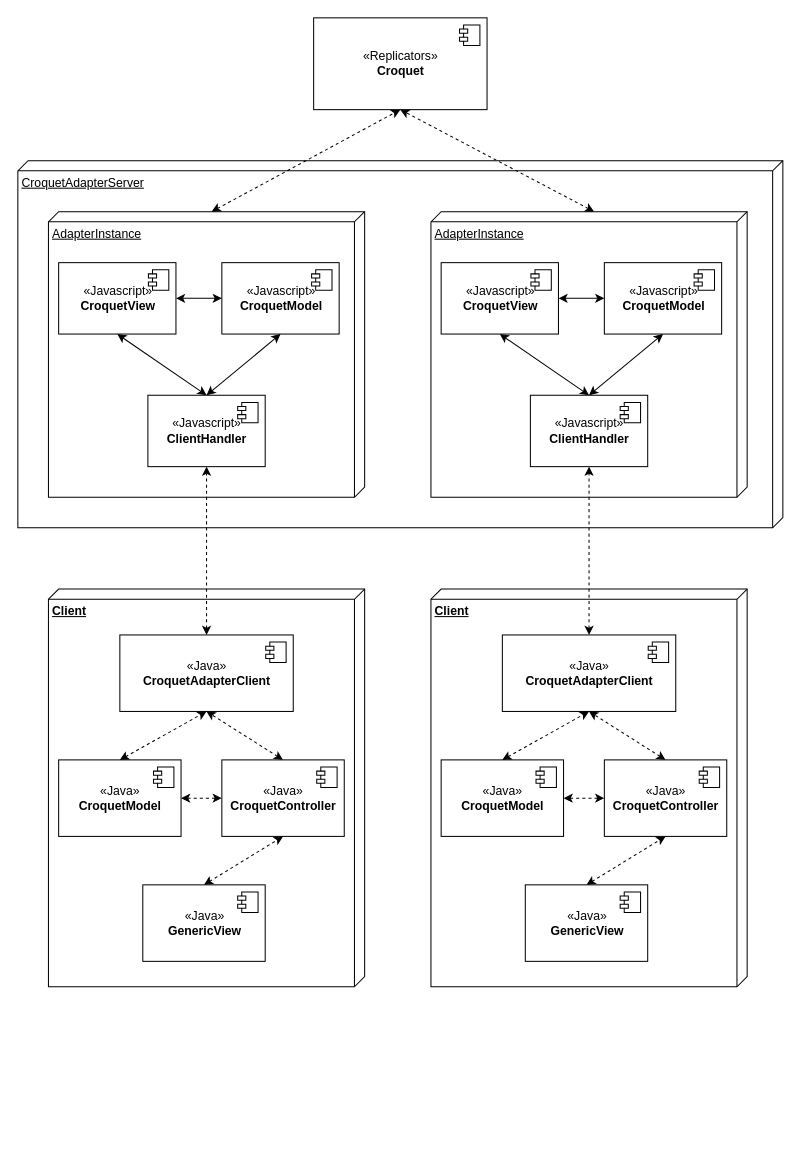
Before: croquet.drawio in alemazzo/croquet-adapter, a draw.io diagram. Source tidied: cells renumbered, new cells numbered last; positions are measured from the earlier drawing's top-left corner, leaving out a move shared by most shapes. Both pictures are drawn from the tidied source at 102%, with x=0, y=0 at pixel (17, 17).
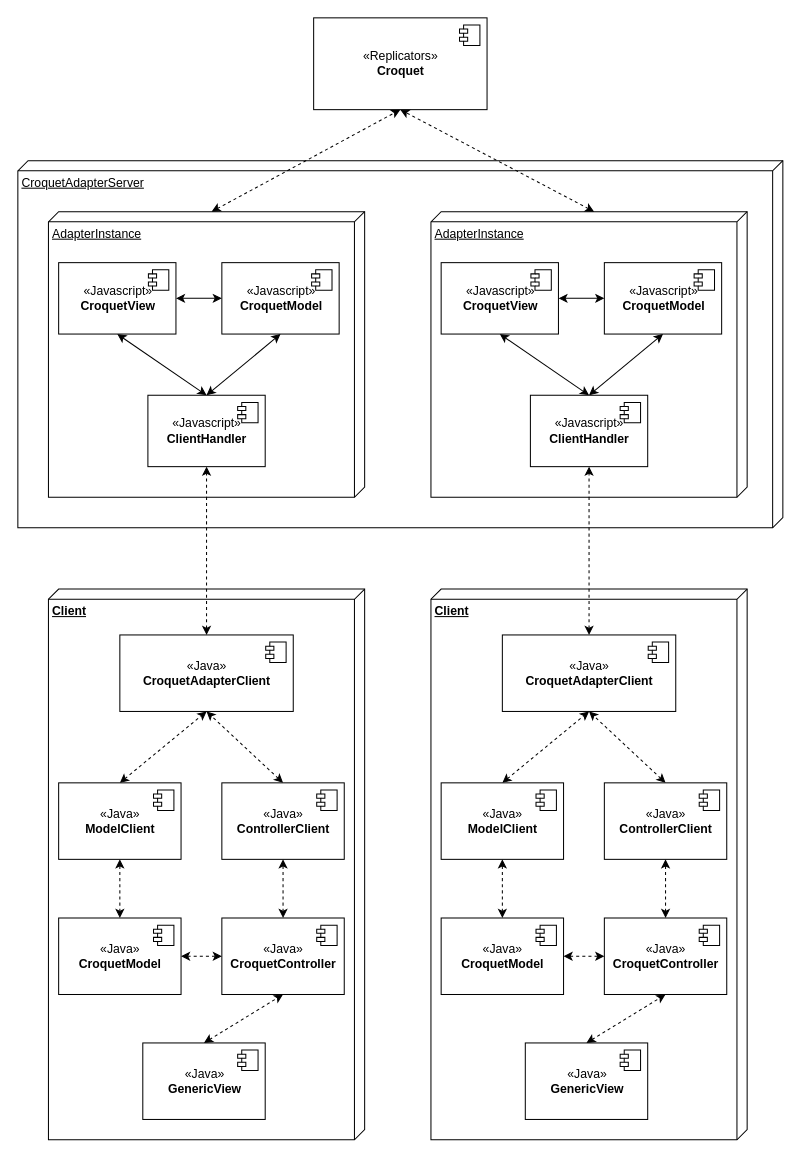
The same page after the edit.

Unchanged cells that the change refers to:
```xml
<mxCell id="4" value="«Java»&lt;br&gt;&lt;b&gt;CroquetAdapterClient&lt;/b&gt;" style="html=1;" parent="1" vertex="1">
  <mxGeometry x="100" y="605" width="170" height="75" as="geometry" />
</mxCell>
<mxCell id="32" value="«Javascript»&lt;br&gt;&lt;b&gt;ClientHandler&lt;/b&gt;" style="html=1;" parent="1" vertex="1">
  <mxGeometry x="502.5" y="370" width="115" height="70" as="geometry" />
</mxCell>
<mxCell id="43" value="«Java»&lt;br&gt;&lt;b&gt;CroquetAdapterClient&lt;/b&gt;" style="html=1;" parent="1" vertex="1">
  <mxGeometry x="475" y="605" width="170" height="75" as="geometry" />
</mxCell>
```

Diff of the diagram source:
```diff
@@
     <mxCell id="2" value="&lt;b style=&quot;text-align: center;&quot;&gt;Client&lt;/b&gt;" style="verticalAlign=top;align=left;spacingTop=8;spacingLeft=2;spacingRight=12;shape=cube;size=10;direction=south;fontStyle=4;html=1;" parent="1" vertex="1">
-      <mxGeometry x="30" y="560" width="310" height="390" as="geometry" />
+      <mxGeometry x="30" y="560" width="310" height="540" as="geometry" />
     </mxCell>
@@
-    <mxCell id="8" style="edgeStyle=none;rounded=0;jettySize=auto;html=1;exitX=0.5;exitY=0;exitDx=0;exitDy=0;dashed=1;startArrow=classic;startFill=1;entryX=0.5;entryY=1;entryDx=0;entryDy=0;" parent="1" edge="1" source="9" target="4">
-      <mxGeometry relative="1" as="geometry" />
-    </mxCell>
     <mxCell id="9" value="«Java»&lt;br&gt;&lt;b&gt;CroquetController&lt;/b&gt;" style="html=1;" parent="1" vertex="1">
-      <mxGeometry x="200" y="727.5" width="120" height="75" as="geometry" />
+      <mxGeometry x="200" y="882.5" width="120" height="75" as="geometry" />
     </mxCell>
@@
-    <mxCell id="34" style="edgeStyle=none;rounded=0;jettySize=auto;html=1;exitX=0.5;exitY=0;exitDx=0;exitDy=0;entryX=0.5;entryY=1;entryDx=0;entryDy=0;dashed=1;startArrow=classic;startFill=1;" parent="1" edge="1" source="36" target="4">
-      <mxGeometry relative="1" as="geometry" />
-    </mxCell>
@@
     <mxCell id="36" value="«Java»&lt;br&gt;&lt;b&gt;CroquetModel&lt;/b&gt;" style="html=1;" parent="1" vertex="1">
-      <mxGeometry x="40" y="727.5" width="120" height="75" as="geometry" />
+      <mxGeometry x="40" y="882.5" width="120" height="75" as="geometry" />
     </mxCell>
@@
     <mxCell id="39" value="«Java»&lt;br&gt;&lt;b&gt;GenericView&lt;/b&gt;" style="html=1;" parent="1" vertex="1">
-      <mxGeometry x="122.5" y="850" width="120" height="75" as="geometry" />
+      <mxGeometry x="122.5" y="1005" width="120" height="75" as="geometry" />
     </mxCell>
@@
+    <mxCell id="55" style="edgeStyle=none;rounded=0;jettySize=auto;html=1;exitX=0.5;exitY=1;exitDx=0;exitDy=0;entryX=0.5;entryY=0;entryDx=0;entryDy=0;dashed=1;startArrow=classic;startFill=1;" parent="1" edge="1" source="57" target="36">
+      <mxGeometry relative="1" as="geometry" />
+    </mxCell>
+    <mxCell id="56" style="edgeStyle=none;rounded=0;jettySize=auto;html=1;exitX=0.5;exitY=0;exitDx=0;exitDy=0;entryX=0.5;entryY=1;entryDx=0;entryDy=0;dashed=1;startArrow=classic;startFill=1;" parent="1" edge="1" source="57" target="4">
+      <mxGeometry relative="1" as="geometry" />
+    </mxCell>
+    <mxCell id="57" value="«Java»&lt;br&gt;&lt;b&gt;ModelClient&lt;/b&gt;" style="html=1;" parent="1" vertex="1">
+      <mxGeometry x="40" y="750" width="120" height="75" as="geometry" />
+    </mxCell>
+    <mxCell id="58" style="shape=module;jettyWidth=8;jettyHeight=4;" parent="57" vertex="1">
+      <mxGeometry x="1" width="20" height="20" relative="1" as="geometry">
+        <mxPoint x="-27" y="7" as="offset" />
+      </mxGeometry>
+    </mxCell>
+    <mxCell id="59" style="edgeStyle=none;rounded=0;jettySize=auto;html=1;exitX=0.5;exitY=1;exitDx=0;exitDy=0;entryX=0.5;entryY=0;entryDx=0;entryDy=0;dashed=1;startArrow=classic;startFill=1;" parent="1" edge="1" source="61" target="9">
+      <mxGeometry relative="1" as="geometry" />
+    </mxCell>
+    <mxCell id="60" style="edgeStyle=none;rounded=0;jettySize=auto;html=1;exitX=0.5;exitY=0;exitDx=0;exitDy=0;dashed=1;startArrow=classic;startFill=1;entryX=0.5;entryY=1;entryDx=0;entryDy=0;" parent="1" edge="1" source="61" target="4">
+      <mxGeometry relative="1" as="geometry" />
+    </mxCell>
+    <mxCell id="61" value="«Java»&lt;br&gt;&lt;b&gt;ControllerClient&lt;/b&gt;" style="html=1;" parent="1" vertex="1">
+      <mxGeometry x="200" y="750" width="120" height="75" as="geometry" />
+    </mxCell>
+    <mxCell id="62" style="shape=module;jettyWidth=8;jettyHeight=4;" parent="61" vertex="1">
+      <mxGeometry x="1" width="20" height="20" relative="1" as="geometry">
+        <mxPoint x="-27" y="7" as="offset" />
+      </mxGeometry>
+    </mxCell>
     <mxCell id="41" value="&lt;b style=&quot;text-align: center;&quot;&gt;Client&lt;/b&gt;" style="verticalAlign=top;align=left;spacingTop=8;spacingLeft=2;spacingRight=12;shape=cube;size=10;direction=south;fontStyle=4;html=1;" parent="1" vertex="1">
-      <mxGeometry x="405" y="560" width="310" height="390" as="geometry" />
+      <mxGeometry x="405" y="560" width="310" height="540" as="geometry" />
     </mxCell>
-    <mxCell id="42" style="edgeStyle=none;rounded=0;jettySize=auto;html=1;exitX=0.5;exitY=0;exitDx=0;exitDy=0;entryX=0.5;entryY=1;entryDx=0;entryDy=0;dashed=1;startArrow=classic;startFill=1;" parent="1" edge="1" source="43" target="32">
+    <mxCell id="42" style="edgeStyle=none;rounded=0;jettySize=auto;html=1;exitX=0.5;exitY=0;exitDx=0;exitDy=0;dashed=1;startArrow=classic;startFill=1;" parent="1" edge="1" source="43" target="32">
       <mxGeometry relative="1" as="geometry" />
     </mxCell>
@@
-    <mxCell id="44" style="shape=module;jettyWidth=8;jettyHeight=4;" parent="43" vertex="1">
-      <mxGeometry x="1" width="20" height="20" relative="1" as="geometry">
-        <mxPoint x="-27" y="7" as="offset" />
-      </mxGeometry>
-    </mxCell>
-    <mxCell id="45" style="edgeStyle=none;rounded=0;jettySize=auto;html=1;exitX=0.5;exitY=0;exitDx=0;exitDy=0;dashed=1;startArrow=classic;startFill=1;entryX=0.5;entryY=1;entryDx=0;entryDy=0;" parent="1" edge="1" source="46" target="43">
-      <mxGeometry relative="1" as="geometry" />
-    </mxCell>
+    <mxCell id="63" style="shape=module;jettyWidth=8;jettyHeight=4;" parent="43" vertex="1">
+      <mxGeometry x="1" width="20" height="20" relative="1" as="geometry">
+        <mxPoint x="-27" y="7" as="offset" />
+      </mxGeometry>
+    </mxCell>
     <mxCell id="46" value="«Java»&lt;br&gt;&lt;b&gt;CroquetController&lt;/b&gt;" style="html=1;" parent="1" vertex="1">
-      <mxGeometry x="575" y="727.5" width="120" height="75" as="geometry" />
+      <mxGeometry x="575" y="882.5" width="120" height="75" as="geometry" />
     </mxCell>
-    <mxCell id="47" style="shape=module;jettyWidth=8;jettyHeight=4;" parent="46" vertex="1">
-      <mxGeometry x="1" width="20" height="20" relative="1" as="geometry">
-        <mxPoint x="-27" y="7" as="offset" />
-      </mxGeometry>
-    </mxCell>
-    <mxCell id="48" style="edgeStyle=none;rounded=0;jettySize=auto;html=1;exitX=0.5;exitY=0;exitDx=0;exitDy=0;entryX=0.5;entryY=1;entryDx=0;entryDy=0;dashed=1;startArrow=classic;startFill=1;" parent="1" edge="1" source="50" target="43">
-      <mxGeometry relative="1" as="geometry" />
-    </mxCell>
+    <mxCell id="64" style="shape=module;jettyWidth=8;jettyHeight=4;" parent="46" vertex="1">
+      <mxGeometry x="1" width="20" height="20" relative="1" as="geometry">
+        <mxPoint x="-27" y="7" as="offset" />
+      </mxGeometry>
+    </mxCell>
@@
     <mxCell id="50" value="«Java»&lt;br&gt;&lt;b&gt;CroquetModel&lt;/b&gt;" style="html=1;" parent="1" vertex="1">
-      <mxGeometry x="415" y="727.5" width="120" height="75" as="geometry" />
+      <mxGeometry x="415" y="882.5" width="120" height="75" as="geometry" />
     </mxCell>
-    <mxCell id="51" style="shape=module;jettyWidth=8;jettyHeight=4;" parent="50" vertex="1">
-      <mxGeometry x="1" width="20" height="20" relative="1" as="geometry">
-        <mxPoint x="-27" y="7" as="offset" />
-      </mxGeometry>
-    </mxCell>
+    <mxCell id="65" style="shape=module;jettyWidth=8;jettyHeight=4;" parent="50" vertex="1">
+      <mxGeometry x="1" width="20" height="20" relative="1" as="geometry">
+        <mxPoint x="-27" y="7" as="offset" />
+      </mxGeometry>
+    </mxCell>
@@
     <mxCell id="53" value="«Java»&lt;br&gt;&lt;b&gt;GenericView&lt;/b&gt;" style="html=1;" parent="1" vertex="1">
-      <mxGeometry x="497.5" y="850" width="120" height="75" as="geometry" />
+      <mxGeometry x="497.5" y="1005" width="120" height="75" as="geometry" />
     </mxCell>
-    <mxCell id="54" style="shape=module;jettyWidth=8;jettyHeight=4;" parent="53" vertex="1">
-      <mxGeometry x="1" width="20" height="20" relative="1" as="geometry">
-        <mxPoint x="-27" y="7" as="offset" />
-      </mxGeometry>
-    </mxCell>
+    <mxCell id="66" style="shape=module;jettyWidth=8;jettyHeight=4;" parent="53" vertex="1">
+      <mxGeometry x="1" width="20" height="20" relative="1" as="geometry">
+        <mxPoint x="-27" y="7" as="offset" />
+      </mxGeometry>
+    </mxCell>
+    <mxCell id="67" style="edgeStyle=none;rounded=0;jettySize=auto;html=1;exitX=0.5;exitY=1;exitDx=0;exitDy=0;entryX=0.5;entryY=0;entryDx=0;entryDy=0;dashed=1;startArrow=classic;startFill=1;" parent="1" edge="1" source="69" target="50">
+      <mxGeometry relative="1" as="geometry" />
+    </mxCell>
+    <mxCell id="68" style="edgeStyle=none;rounded=0;jettySize=auto;html=1;exitX=0.5;exitY=0;exitDx=0;exitDy=0;entryX=0.5;entryY=1;entryDx=0;entryDy=0;dashed=1;startArrow=classic;startFill=1;" parent="1" edge="1" source="69" target="43">
+      <mxGeometry relative="1" as="geometry" />
+    </mxCell>
+    <mxCell id="69" value="«Java»&lt;br&gt;&lt;b&gt;ModelClient&lt;/b&gt;" style="html=1;" parent="1" vertex="1">
+      <mxGeometry x="415" y="750" width="120" height="75" as="geometry" />
+    </mxCell>
+    <mxCell id="70" style="shape=module;jettyWidth=8;jettyHeight=4;" parent="69" vertex="1">
+      <mxGeometry x="1" width="20" height="20" relative="1" as="geometry">
+        <mxPoint x="-27" y="7" as="offset" />
+      </mxGeometry>
+    </mxCell>
+    <mxCell id="71" style="edgeStyle=none;rounded=0;jettySize=auto;html=1;exitX=0.5;exitY=1;exitDx=0;exitDy=0;entryX=0.5;entryY=0;entryDx=0;entryDy=0;dashed=1;startArrow=classic;startFill=1;" parent="1" edge="1" source="73" target="46">
+      <mxGeometry relative="1" as="geometry" />
+    </mxCell>
+    <mxCell id="72" style="edgeStyle=none;rounded=0;jettySize=auto;html=1;exitX=0.5;exitY=0;exitDx=0;exitDy=0;dashed=1;startArrow=classic;startFill=1;entryX=0.5;entryY=1;entryDx=0;entryDy=0;" parent="1" edge="1" source="73" target="43">
+      <mxGeometry relative="1" as="geometry" />
+    </mxCell>
+    <mxCell id="73" value="«Java»&lt;br&gt;&lt;b&gt;ControllerClient&lt;/b&gt;" style="html=1;" parent="1" vertex="1">
+      <mxGeometry x="575" y="750" width="120" height="75" as="geometry" />
+    </mxCell>
+    <mxCell id="74" style="shape=module;jettyWidth=8;jettyHeight=4;" parent="73" vertex="1">
+      <mxGeometry x="1" width="20" height="20" relative="1" as="geometry">
+        <mxPoint x="-27" y="7" as="offset" />
+      </mxGeometry>
+    </mxCell>
```
